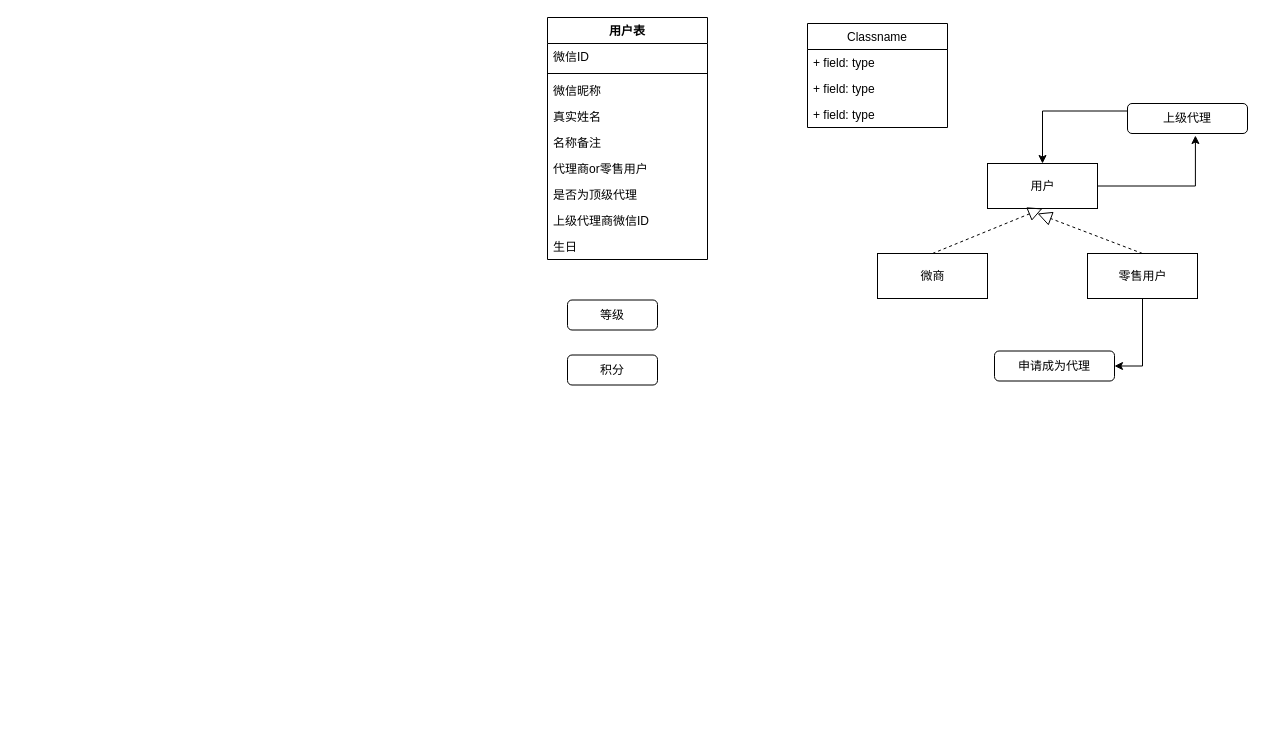
JefferNew/data2wisdom keeps this draw.io diagram as 微商销售管理-小程序云.drawio. Above is the earlier version. Source tidied: cells renumbered, new cells numbered last; positions are measured from the earlier drawing's top-left corner, leaving out a move shared by most shapes. Both pictures are drawn from the tidied source at 100%, with x=0, y=0 at pixel (547, 17).
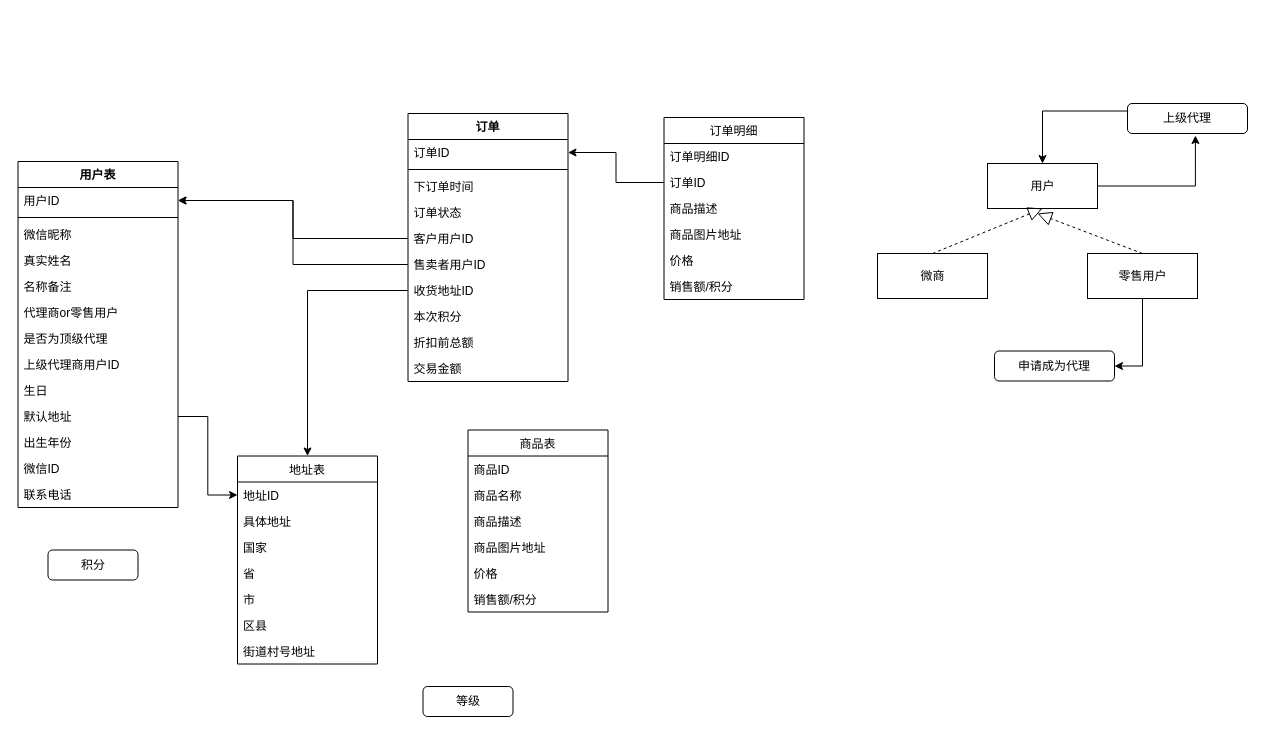
The same diagram, later.

Commit message (it also covers changes not shown here):
Update 微商销售管理-小程序云.drawio

The edit, as a diff of the source:
```diff
@@
     <mxCell id="11" value="积分" style="rounded=1;whiteSpace=wrap;html=1;" parent="1" vertex="1">
-      <mxGeometry x="20" y="337.5" width="90" height="30" as="geometry" />
+      <mxGeometry x="-499.5" y="532.5" width="90" height="30" as="geometry" />
     </mxCell>
     <mxCell id="12" value="等级" style="rounded=1;whiteSpace=wrap;html=1;" parent="1" vertex="1">
-      <mxGeometry x="20" y="282.5" width="90" height="30" as="geometry" />
+      <mxGeometry x="-124.5" y="669" width="90" height="30" as="geometry" />
     </mxCell>
@@
     <mxCell id="14" value="用户表" style="swimlane;fontStyle=1;align=center;verticalAlign=top;horizontal=1;startSize=26;" parent="1" vertex="1">
-      <mxGeometry width="160" height="242" as="geometry" />
+      <mxGeometry x="-529.5" y="144" width="160" height="346" as="geometry" />
     </mxCell>
-    <mxCell id="15" value="微信ID" style="text;strokeColor=none;fillColor=none;align=left;verticalAlign=top;spacingLeft=4;spacingRight=4;overflow=hidden;points=[[0,0.5],[1,0.5]];portConstraint=eastwest;" parent="14" vertex="1">
+    <mxCell id="15" value="用户ID" style="text;strokeColor=none;fillColor=none;align=left;verticalAlign=top;spacingLeft=4;spacingRight=4;overflow=hidden;points=[[0,0.5],[1,0.5]];portConstraint=eastwest;" parent="14" vertex="1">
       <mxGeometry y="26" width="160" height="26" as="geometry" />
     </mxCell>
@@
-    <mxCell id="22" value="上级代理商微信ID" style="text;strokeColor=none;fillColor=none;align=left;verticalAlign=top;spacingLeft=4;spacingRight=4;overflow=hidden;" parent="14" vertex="1">
+    <mxCell id="22" value="上级代理商用户ID" style="text;strokeColor=none;fillColor=none;align=left;verticalAlign=top;spacingLeft=4;spacingRight=4;overflow=hidden;" parent="14" vertex="1">
       <mxGeometry y="190" width="160" height="26" as="geometry" />
     </mxCell>
@@
+    <mxCell id="28" value="默认地址" style="text;strokeColor=none;fillColor=none;align=left;verticalAlign=top;spacingLeft=4;spacingRight=4;overflow=hidden;points=[[0,0.5],[1,0.5]];portConstraint=eastwest;" parent="14" vertex="1">
+      <mxGeometry y="242" width="160" height="26" as="geometry" />
+    </mxCell>
+    <mxCell id="29" value="出生年份" style="text;strokeColor=none;fillColor=none;align=left;verticalAlign=top;spacingLeft=4;spacingRight=4;overflow=hidden;" parent="14" vertex="1">
+      <mxGeometry y="268" width="160" height="26" as="geometry" />
+    </mxCell>
+    <mxCell id="30" value="微信ID" style="text;strokeColor=none;fillColor=none;align=left;verticalAlign=top;spacingLeft=4;spacingRight=4;overflow=hidden;" parent="14" vertex="1">
+      <mxGeometry y="294" width="160" height="26" as="geometry" />
+    </mxCell>
+    <mxCell id="31" value="联系电话" style="text;strokeColor=none;fillColor=none;align=left;verticalAlign=top;spacingLeft=4;spacingRight=4;overflow=hidden;" parent="14" vertex="1">
+      <mxGeometry y="320" width="160" height="26" as="geometry" />
+    </mxCell>
-    <mxCell id="24" value="Classname" style="swimlane;fontStyle=0;horizontal=1;startSize=26;fillColor=none;" parent="1" vertex="1">
-      <mxGeometry x="260" y="6" width="140" height="104" as="geometry" />
+    <mxCell id="24" value="地址表" style="swimlane;fontStyle=0;horizontal=1;startSize=26;fillColor=none;" parent="1" vertex="1">
+      <mxGeometry x="-310" y="438.5" width="140" height="208" as="geometry" />
     </mxCell>
-    <mxCell id="25" value="+ field: type" style="text;strokeColor=none;fillColor=none;align=left;verticalAlign=top;spacingLeft=4;spacingRight=4;overflow=hidden;points=[[0,0.5],[1,0.5]];portConstraint=eastwest;" parent="24" vertex="1">
+    <mxCell id="25" value="地址ID" style="text;strokeColor=none;fillColor=none;align=left;verticalAlign=top;spacingLeft=4;spacingRight=4;overflow=hidden;points=[[0,0.5],[1,0.5]];portConstraint=eastwest;" parent="24" vertex="1">
       <mxGeometry y="26" width="140" height="26" as="geometry" />
     </mxCell>
-    <mxCell id="26" value="+ field: type" style="text;strokeColor=none;fillColor=none;align=left;verticalAlign=top;spacingLeft=4;spacingRight=4;overflow=hidden;" parent="24" vertex="1">
+    <mxCell id="26" value="具体地址" style="text;strokeColor=none;fillColor=none;align=left;verticalAlign=top;spacingLeft=4;spacingRight=4;overflow=hidden;" parent="24" vertex="1">
       <mxGeometry y="52" width="140" height="26" as="geometry" />
     </mxCell>
-    <mxCell id="27" value="+ field: type" style="text;strokeColor=none;fillColor=none;align=left;verticalAlign=top;spacingLeft=4;spacingRight=4;overflow=hidden;" parent="24" vertex="1">
+    <mxCell id="27" value="国家" style="text;strokeColor=none;fillColor=none;align=left;verticalAlign=top;spacingLeft=4;spacingRight=4;overflow=hidden;" parent="24" vertex="1">
       <mxGeometry y="78" width="140" height="26" as="geometry" />
     </mxCell>
+    <mxCell id="32" value="省" style="text;strokeColor=none;fillColor=none;align=left;verticalAlign=top;spacingLeft=4;spacingRight=4;overflow=hidden;" parent="24" vertex="1">
+      <mxGeometry y="104" width="140" height="26" as="geometry" />
+    </mxCell>
+    <mxCell id="33" value="市" style="text;strokeColor=none;fillColor=none;align=left;verticalAlign=top;spacingLeft=4;spacingRight=4;overflow=hidden;" parent="24" vertex="1">
+      <mxGeometry y="130" width="140" height="26" as="geometry" />
+    </mxCell>
+    <mxCell id="34" value="区县" style="text;strokeColor=none;fillColor=none;align=left;verticalAlign=top;spacingLeft=4;spacingRight=4;overflow=hidden;" parent="24" vertex="1">
+      <mxGeometry y="156" width="140" height="26" as="geometry" />
+    </mxCell>
+    <mxCell id="35" value="街道村号地址" style="text;strokeColor=none;fillColor=none;align=left;verticalAlign=top;spacingLeft=4;spacingRight=4;overflow=hidden;" parent="24" vertex="1">
+      <mxGeometry y="182" width="140" height="26" as="geometry" />
+    </mxCell>
+    <mxCell id="36" style="edgeStyle=orthogonalEdgeStyle;rounded=0;jettySize=auto;html=1;entryX=0;entryY=0.5;entryDx=0;entryDy=0;" parent="1" edge="1" source="28" target="25">
+      <mxGeometry relative="1" as="geometry" />
+    </mxCell>
+    <mxCell id="37" value="商品表" style="swimlane;fontStyle=0;horizontal=1;startSize=26;fillColor=none;" parent="1" vertex="1">
+      <mxGeometry x="-79.5" y="412.5" width="140" height="182" as="geometry" />
+    </mxCell>
+    <mxCell id="38" value="商品ID" style="text;strokeColor=none;fillColor=none;align=left;verticalAlign=top;spacingLeft=4;spacingRight=4;overflow=hidden;" parent="37" vertex="1">
+      <mxGeometry y="26" width="140" height="26" as="geometry" />
+    </mxCell>
+    <mxCell id="39" value="商品名称" style="text;strokeColor=none;fillColor=none;align=left;verticalAlign=top;spacingLeft=4;spacingRight=4;overflow=hidden;" parent="37" vertex="1">
+      <mxGeometry y="52" width="140" height="26" as="geometry" />
+    </mxCell>
+    <mxCell id="40" value="商品描述" style="text;strokeColor=none;fillColor=none;align=left;verticalAlign=top;spacingLeft=4;spacingRight=4;overflow=hidden;" parent="37" vertex="1">
+      <mxGeometry y="78" width="140" height="26" as="geometry" />
+    </mxCell>
+    <mxCell id="41" value="商品图片地址" style="text;strokeColor=none;fillColor=none;align=left;verticalAlign=top;spacingLeft=4;spacingRight=4;overflow=hidden;" parent="37" vertex="1">
+      <mxGeometry y="104" width="140" height="26" as="geometry" />
+    </mxCell>
+    <mxCell id="42" value="价格" style="text;strokeColor=none;fillColor=none;align=left;verticalAlign=top;spacingLeft=4;spacingRight=4;overflow=hidden;" parent="37" vertex="1">
+      <mxGeometry y="130" width="140" height="26" as="geometry" />
+    </mxCell>
+    <mxCell id="43" value="销售额/积分" style="text;strokeColor=none;fillColor=none;align=left;verticalAlign=top;spacingLeft=4;spacingRight=4;overflow=hidden;" parent="37" vertex="1">
+      <mxGeometry y="156" width="140" height="26" as="geometry" />
+    </mxCell>
+    <mxCell id="44" value="订单" style="swimlane;fontStyle=1;align=center;verticalAlign=top;horizontal=1;startSize=26;" parent="1" vertex="1">
+      <mxGeometry x="-139.5" y="96" width="160" height="268" as="geometry" />
+    </mxCell>
+    <mxCell id="45" value="订单ID" style="text;strokeColor=none;fillColor=none;align=left;verticalAlign=top;spacingLeft=4;spacingRight=4;overflow=hidden;points=[[0,0.5],[1,0.5]];portConstraint=eastwest;" parent="44" vertex="1">
+      <mxGeometry y="26" width="160" height="26" as="geometry" />
+    </mxCell>
+    <mxCell id="46" style="line;strokeWidth=1;fillColor=none;align=left;verticalAlign=middle;spacingTop=-1;spacingLeft=3;spacingRight=3;labelPosition=right;" parent="44" vertex="1">
+      <mxGeometry y="52" width="160" height="8" as="geometry" />
+    </mxCell>
+    <mxCell id="47" value="下订单时间" style="text;strokeColor=none;fillColor=none;align=left;verticalAlign=top;spacingLeft=4;spacingRight=4;overflow=hidden;" parent="44" vertex="1">
+      <mxGeometry y="60" width="160" height="26" as="geometry" />
+    </mxCell>
+    <mxCell id="48" value="订单状态" style="text;strokeColor=none;fillColor=none;align=left;verticalAlign=top;spacingLeft=4;spacingRight=4;overflow=hidden;" parent="44" vertex="1">
+      <mxGeometry y="86" width="160" height="26" as="geometry" />
+    </mxCell>
+    <mxCell id="49" value="客户用户ID" style="text;strokeColor=none;fillColor=none;align=left;verticalAlign=top;spacingLeft=4;spacingRight=4;overflow=hidden;points=[[0,0.5],[1,0.5]];portConstraint=eastwest;" parent="44" vertex="1">
+      <mxGeometry y="112" width="160" height="26" as="geometry" />
+    </mxCell>
+    <mxCell id="50" value="售卖者用户ID" style="text;strokeColor=none;fillColor=none;align=left;verticalAlign=top;spacingLeft=4;spacingRight=4;overflow=hidden;points=[[0,0.5],[1,0.5]];portConstraint=eastwest;" parent="44" vertex="1">
+      <mxGeometry y="138" width="160" height="26" as="geometry" />
+    </mxCell>
+    <mxCell id="51" value="收货地址ID" style="text;strokeColor=none;fillColor=none;align=left;verticalAlign=top;spacingLeft=4;spacingRight=4;overflow=hidden;points=[[0,0.5],[1,0.5]];portConstraint=eastwest;" parent="44" vertex="1">
+      <mxGeometry y="164" width="160" height="26" as="geometry" />
+    </mxCell>
+    <mxCell id="52" value="本次积分" style="text;strokeColor=none;fillColor=none;align=left;verticalAlign=top;spacingLeft=4;spacingRight=4;overflow=hidden;" parent="44" vertex="1">
+      <mxGeometry y="190" width="160" height="26" as="geometry" />
+    </mxCell>
+    <mxCell id="53" value="折扣前总额" style="text;strokeColor=none;fillColor=none;align=left;verticalAlign=top;spacingLeft=4;spacingRight=4;overflow=hidden;" parent="44" vertex="1">
+      <mxGeometry y="216" width="160" height="26" as="geometry" />
+    </mxCell>
+    <mxCell id="54" value="交易金额" style="text;strokeColor=none;fillColor=none;align=left;verticalAlign=top;spacingLeft=4;spacingRight=4;overflow=hidden;" parent="44" vertex="1">
+      <mxGeometry y="242" width="160" height="26" as="geometry" />
+    </mxCell>
+    <mxCell id="55" style="edgeStyle=orthogonalEdgeStyle;rounded=0;jettySize=auto;html=1;exitX=0;exitY=0.5;exitDx=0;exitDy=0;entryX=1;entryY=0.5;entryDx=0;entryDy=0;" parent="1" edge="1" source="50" target="15">
+      <mxGeometry relative="1" as="geometry" />
+    </mxCell>
+    <mxCell id="56" style="edgeStyle=orthogonalEdgeStyle;rounded=0;jettySize=auto;html=1;exitX=0;exitY=0.5;exitDx=0;exitDy=0;" parent="1" edge="1" source="49" target="15">
+      <mxGeometry relative="1" as="geometry" />
+    </mxCell>
+    <mxCell id="57" value="订单明细" style="swimlane;fontStyle=0;horizontal=1;startSize=26;fillColor=none;" parent="1" vertex="1">
+      <mxGeometry x="116.5" y="100" width="140" height="182" as="geometry" />
+    </mxCell>
+    <mxCell id="58" value="订单明细ID" style="text;strokeColor=none;fillColor=none;align=left;verticalAlign=top;spacingLeft=4;spacingRight=4;overflow=hidden;" parent="57" vertex="1">
+      <mxGeometry y="26" width="140" height="26" as="geometry" />
+    </mxCell>
+    <mxCell id="59" value="订单ID" style="text;strokeColor=none;fillColor=none;align=left;verticalAlign=top;spacingLeft=4;spacingRight=4;overflow=hidden;points=[[0,0.5],[1,0.5]];portConstraint=eastwest;" parent="57" vertex="1">
+      <mxGeometry y="52" width="140" height="26" as="geometry" />
+    </mxCell>
+    <mxCell id="60" value="商品描述" style="text;strokeColor=none;fillColor=none;align=left;verticalAlign=top;spacingLeft=4;spacingRight=4;overflow=hidden;" parent="57" vertex="1">
+      <mxGeometry y="78" width="140" height="26" as="geometry" />
+    </mxCell>
+    <mxCell id="61" value="商品图片地址" style="text;strokeColor=none;fillColor=none;align=left;verticalAlign=top;spacingLeft=4;spacingRight=4;overflow=hidden;" parent="57" vertex="1">
+      <mxGeometry y="104" width="140" height="26" as="geometry" />
+    </mxCell>
+    <mxCell id="62" value="价格" style="text;strokeColor=none;fillColor=none;align=left;verticalAlign=top;spacingLeft=4;spacingRight=4;overflow=hidden;" parent="57" vertex="1">
+      <mxGeometry y="130" width="140" height="26" as="geometry" />
+    </mxCell>
+    <mxCell id="63" value="销售额/积分" style="text;strokeColor=none;fillColor=none;align=left;verticalAlign=top;spacingLeft=4;spacingRight=4;overflow=hidden;" parent="57" vertex="1">
+      <mxGeometry y="156" width="140" height="26" as="geometry" />
+    </mxCell>
+    <mxCell id="64" style="edgeStyle=orthogonalEdgeStyle;rounded=0;jettySize=auto;html=1;exitX=0;exitY=0.5;exitDx=0;exitDy=0;entryX=1;entryY=0.5;entryDx=0;entryDy=0;" parent="1" edge="1" source="59" target="45">
+      <mxGeometry relative="1" as="geometry" />
+    </mxCell>
+    <mxCell id="65" style="edgeStyle=orthogonalEdgeStyle;rounded=0;jettySize=auto;html=1;exitX=0;exitY=0.5;exitDx=0;exitDy=0;entryX=0.5;entryY=0;entryDx=0;entryDy=0;" parent="1" edge="1" source="51" target="24">
+      <mxGeometry relative="1" as="geometry" />
+    </mxCell>
```
